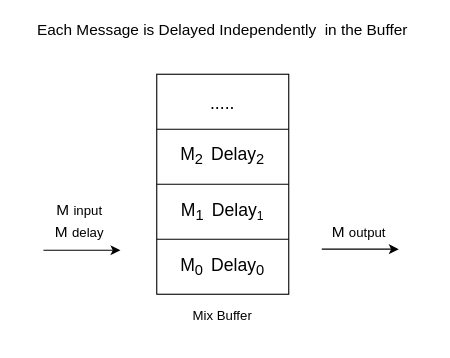
This is figures/mixing_techniques/continues.drawio from Erodotos/msc-dissertation, a draw.io file, before an edit. Source tidied: cells renumbered, new cells numbered last; positions are measured from the earlier drawing's top-left corner, leaving out a move shared by most shapes. Both pictures are drawn from the tidied source at 110%, with x=0, y=0 at pixel (19, 19).
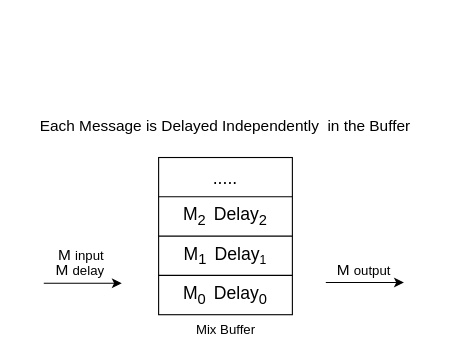
Above is the later version.

Change to the diagram source:
```diff
@@
 <mxGraphModel>
   <root>
     <mxCell id="0" />
     <mxCell id="1" parent="0" />
+    <mxCell id="17" style="group;" parent="1" vertex="1">
+      <mxGeometry y="90" width="375" height="200" as="geometry" />
+    </mxCell>
-    <mxCell id="2" style="rounded=0;whiteSpace=wrap;html=1;" parent="1" vertex="1">
-      <mxGeometry x="125" y="50" width="120" height="200" as="geometry" />
+    <mxCell id="2" style="rounded=0;whiteSpace=wrap;html=1;" parent="17" vertex="1">
+      <mxGeometry x="126.7" y="35.7" width="121.6" height="142.9" as="geometry" />
     </mxCell>
-    <mxCell id="3" style="endArrow=none;html=1;exitX=0;exitY=0.25;exitDx=0;exitDy=0;entryX=1;entryY=0.25;entryDx=0;entryDy=0;" parent="1" edge="1" source="2" target="2">
+    <mxCell id="3" style="endArrow=none;html=1;exitX=0;exitY=0.25;exitDx=0;exitDy=0;entryX=1;entryY=0.25;entryDx=0;entryDy=0;" parent="17" edge="1" source="2" target="2">
       <mxGeometry relative="1" as="geometry" />
     </mxCell>
-    <mxCell id="4" style="endArrow=none;html=1;exitX=0;exitY=0.5;exitDx=0;exitDy=0;entryX=1;entryY=0.5;entryDx=0;entryDy=0;" parent="1" edge="1" source="2" target="2">
+    <mxCell id="4" style="endArrow=none;html=1;exitX=0;exitY=0.5;exitDx=0;exitDy=0;entryX=1;entryY=0.5;entryDx=0;entryDy=0;" parent="17" edge="1" source="2" target="2">
       <mxGeometry relative="1" as="geometry" />
     </mxCell>
-    <mxCell id="5" style="endArrow=none;html=1;exitX=0;exitY=0.75;exitDx=0;exitDy=0;entryX=1;entryY=0.75;entryDx=0;entryDy=0;" parent="1" edge="1" source="2" target="2">
+    <mxCell id="5" style="endArrow=none;html=1;exitX=0;exitY=0.75;exitDx=0;exitDy=0;entryX=1;entryY=0.75;entryDx=0;entryDy=0;" parent="17" edge="1" source="2" target="2">
       <mxGeometry relative="1" as="geometry" />
     </mxCell>
-    <mxCell id="6" value="&lt;font style=&quot;font-size: 16px&quot;&gt;Μ&lt;sub&gt;0&amp;nbsp; &lt;/sub&gt;Delay&lt;sub&gt;0&lt;/sub&gt;&lt;/font&gt;" style="text;html=1;strokeColor=none;fillColor=none;align=center;verticalAlign=middle;whiteSpace=wrap;rounded=0;" parent="1" vertex="1">
-      <mxGeometry x="145" y="215" width="80" height="20" as="geometry" />
+    <mxCell id="6" value="&lt;font style=&quot;font-size: 16px&quot;&gt;Μ&lt;sub&gt;0&amp;nbsp; &lt;/sub&gt;Delay&lt;sub&gt;0&lt;/sub&gt;&lt;/font&gt;" style="text;html=1;strokeColor=none;fillColor=none;align=center;verticalAlign=middle;whiteSpace=wrap;rounded=0;" parent="17" vertex="1">
+      <mxGeometry x="147" y="153.6" width="81.1" height="14.3" as="geometry" />
     </mxCell>
-    <mxCell id="7" value="&lt;span style=&quot;font-size: 16px&quot;&gt;.....&lt;/span&gt;" style="text;html=1;strokeColor=none;fillColor=none;align=center;verticalAlign=middle;whiteSpace=wrap;rounded=0;" parent="1" vertex="1">
-      <mxGeometry x="165" y="66" width="40" height="20" as="geometry" />
+    <mxCell id="7" value="&lt;span style=&quot;font-size: 16px&quot;&gt;.....&lt;/span&gt;" style="text;html=1;strokeColor=none;fillColor=none;align=center;verticalAlign=middle;whiteSpace=wrap;rounded=0;" parent="17" vertex="1">
+      <mxGeometry x="167.2" y="47.1" width="40.5" height="14.3" as="geometry" />
     </mxCell>
-    <mxCell id="8" style="endArrow=classic;html=1;" parent="1" edge="1">
+    <mxCell id="8" style="endArrow=classic;html=1;" parent="17" edge="1">
       <mxGeometry relative="1" as="geometry">
-        <mxPoint x="22" y="210" as="sourcePoint" />
-        <mxPoint x="92" y="210" as="targetPoint" />
+        <mxPoint x="22.3" y="150" as="sourcePoint" />
+        <mxPoint x="93.2" y="150" as="targetPoint" />
       </mxGeometry>
     </mxCell>
-    <mxCell id="9" style="endArrow=classic;html=1;" parent="1" edge="1">
+    <mxCell id="9" style="endArrow=classic;html=1;" parent="17" edge="1">
       <mxGeometry relative="1" as="geometry">
-        <mxPoint x="275" y="209" as="sourcePoint" />
-        <mxPoint x="345" y="209" as="targetPoint" />
+        <mxPoint x="278.7" y="149.3" as="sourcePoint" />
+        <mxPoint x="349.7" y="149.3" as="targetPoint" />
       </mxGeometry>
     </mxCell>
-    <mxCell id="10" value="&lt;font&gt;&lt;font style=&quot;font-size: 14px&quot;&gt;Μ&amp;nbsp;&lt;/font&gt;&lt;font style=&quot;font-size: 12px&quot;&gt;input&lt;/font&gt;&lt;/font&gt;" style="text;html=1;strokeColor=none;fillColor=none;align=center;verticalAlign=middle;whiteSpace=wrap;rounded=0;" parent="1" vertex="1">
-      <mxGeometry x="35" y="163" width="40" height="20" as="geometry" />
+    <mxCell id="10" value="&lt;font&gt;&lt;font style=&quot;font-size: 14px&quot;&gt;Μ&amp;nbsp;&lt;/font&gt;&lt;font style=&quot;font-size: 12px&quot;&gt;input&lt;/font&gt;&lt;/font&gt;" style="text;html=1;strokeColor=none;fillColor=none;align=center;verticalAlign=middle;whiteSpace=wrap;rounded=0;" parent="17" vertex="1">
+      <mxGeometry x="35.5" y="116.4" width="40.5" height="14.3" as="geometry" />
     </mxCell>
-    <mxCell id="11" value="&lt;font&gt;&lt;font style=&quot;font-size: 14px&quot;&gt;Μ&amp;nbsp;&lt;/font&gt;&lt;font style=&quot;font-size: 12px&quot;&gt;output&lt;/font&gt;&lt;/font&gt;" style="text;html=1;strokeColor=none;fillColor=none;align=center;verticalAlign=middle;whiteSpace=wrap;rounded=0;" parent="1" vertex="1">
-      <mxGeometry x="289" y="183" width="40" height="20" as="geometry" />
+    <mxCell id="11" value="&lt;font&gt;&lt;font style=&quot;font-size: 14px&quot;&gt;Μ&amp;nbsp;&lt;/font&gt;&lt;font style=&quot;font-size: 12px&quot;&gt;output&lt;/font&gt;&lt;/font&gt;" style="text;html=1;strokeColor=none;fillColor=none;align=center;verticalAlign=middle;whiteSpace=wrap;rounded=0;" parent="17" vertex="1">
+      <mxGeometry x="292.9" y="130.7" width="40.5" height="14.3" as="geometry" />
     </mxCell>
-    <mxCell id="12" value="&lt;span style=&quot;font-size: 14px&quot;&gt;Each Message is&amp;nbsp;&lt;/span&gt;&lt;span style=&quot;font-size: 14px&quot;&gt;Delayed&amp;nbsp;&lt;/span&gt;&lt;span style=&quot;font-size: 14px&quot;&gt;Independently&amp;nbsp; in the Buffer&lt;/span&gt;" style="text;html=1;strokeColor=none;fillColor=none;align=center;verticalAlign=middle;whiteSpace=wrap;rounded=0;" parent="1" vertex="1">
-      <mxGeometry width="370" height="20" as="geometry" />
+    <mxCell id="12" value="&lt;span style=&quot;font-size: 14px&quot;&gt;Each Message is&amp;nbsp;&lt;/span&gt;&lt;span style=&quot;font-size: 14px&quot;&gt;Delayed&amp;nbsp;&lt;/span&gt;&lt;span style=&quot;font-size: 14px&quot;&gt;Independently&amp;nbsp; in the Buffer&lt;/span&gt;" style="text;html=1;strokeColor=none;fillColor=none;align=center;verticalAlign=middle;whiteSpace=wrap;rounded=0;" parent="17" vertex="1">
+      <mxGeometry width="375" height="14.3" as="geometry" />
     </mxCell>
-    <mxCell id="13" value="&lt;font style=&quot;font-size: 12px&quot;&gt;Mix Buffer&lt;/font&gt;" style="text;html=1;strokeColor=none;fillColor=none;align=center;verticalAlign=middle;whiteSpace=wrap;rounded=0;" parent="1" vertex="1">
-      <mxGeometry x="125" y="260" width="120" height="20" as="geometry" />
+    <mxCell id="13" value="&lt;font style=&quot;font-size: 12px&quot;&gt;Mix Buffer&lt;/font&gt;" style="text;html=1;strokeColor=none;fillColor=none;align=center;verticalAlign=middle;whiteSpace=wrap;rounded=0;" parent="17" vertex="1">
+      <mxGeometry x="126.7" y="185.7" width="121.6" height="14.3" as="geometry" />
     </mxCell>
-    <mxCell id="14" value="&lt;font&gt;&lt;font style=&quot;font-size: 14px&quot;&gt;Μ &lt;/font&gt;&lt;font style=&quot;font-size: 12px&quot;&gt;delay&lt;/font&gt;&lt;/font&gt;" style="text;html=1;strokeColor=none;fillColor=none;align=center;verticalAlign=middle;whiteSpace=wrap;rounded=0;" parent="1" vertex="1">
-      <mxGeometry x="25" y="183" width="60" height="20" as="geometry" />
+    <mxCell id="14" value="&lt;font&gt;&lt;font style=&quot;font-size: 14px&quot;&gt;Μ &lt;/font&gt;&lt;font style=&quot;font-size: 12px&quot;&gt;delay&lt;/font&gt;&lt;/font&gt;" style="text;html=1;strokeColor=none;fillColor=none;align=center;verticalAlign=middle;whiteSpace=wrap;rounded=0;" parent="17" vertex="1">
+      <mxGeometry x="25.3" y="130.7" width="60.8" height="14.3" as="geometry" />
     </mxCell>
-    <mxCell id="15" value="&lt;font style=&quot;font-size: 16px&quot;&gt;Μ&lt;sub&gt;1&amp;nbsp;&amp;nbsp;&lt;/sub&gt;Delay&lt;/font&gt;&lt;font style=&quot;font-size: 13.3333px&quot;&gt;&lt;sub&gt;1&lt;/sub&gt;&lt;/font&gt;" style="text;html=1;strokeColor=none;fillColor=none;align=center;verticalAlign=middle;whiteSpace=wrap;rounded=0;" parent="1" vertex="1">
-      <mxGeometry x="145" y="165" width="80" height="20" as="geometry" />
+    <mxCell id="15" value="&lt;font style=&quot;font-size: 16px&quot;&gt;Μ&lt;sub&gt;1&amp;nbsp;&amp;nbsp;&lt;/sub&gt;Delay&lt;/font&gt;&lt;font style=&quot;font-size: 13.3333px&quot;&gt;&lt;sub&gt;1&lt;/sub&gt;&lt;/font&gt;" style="text;html=1;strokeColor=none;fillColor=none;align=center;verticalAlign=middle;whiteSpace=wrap;rounded=0;" parent="17" vertex="1">
+      <mxGeometry x="147" y="117.9" width="81.1" height="14.3" as="geometry" />
     </mxCell>
-    <mxCell id="16" value="&lt;font style=&quot;font-size: 16px&quot;&gt;Μ&lt;sub&gt;2&amp;nbsp; &lt;/sub&gt;Delay&lt;sub&gt;2&lt;/sub&gt;&lt;/font&gt;" style="text;html=1;strokeColor=none;fillColor=none;align=center;verticalAlign=middle;whiteSpace=wrap;rounded=0;" parent="1" vertex="1">
-      <mxGeometry x="145" y="114" width="80" height="20" as="geometry" />
+    <mxCell id="16" value="&lt;font style=&quot;font-size: 16px&quot;&gt;Μ&lt;sub&gt;2&amp;nbsp; &lt;/sub&gt;Delay&lt;sub&gt;2&lt;/sub&gt;&lt;/font&gt;" style="text;html=1;strokeColor=none;fillColor=none;align=center;verticalAlign=middle;whiteSpace=wrap;rounded=0;" parent="17" vertex="1">
+      <mxGeometry x="147" y="81.4" width="81.1" height="14.3" as="geometry" />
     </mxCell>
   </root>
 </mxGraphModel>
```
